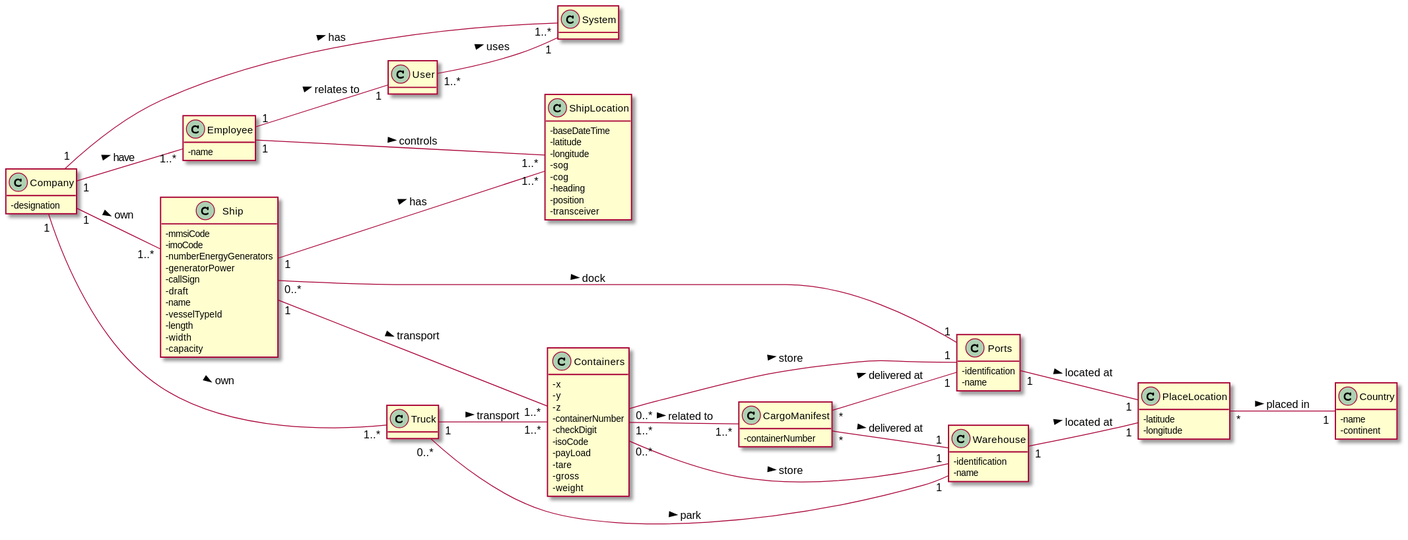
The PlantUML diagram docs/DM.svg in 0franciscor/lapr3-2021-g042, before a commit.
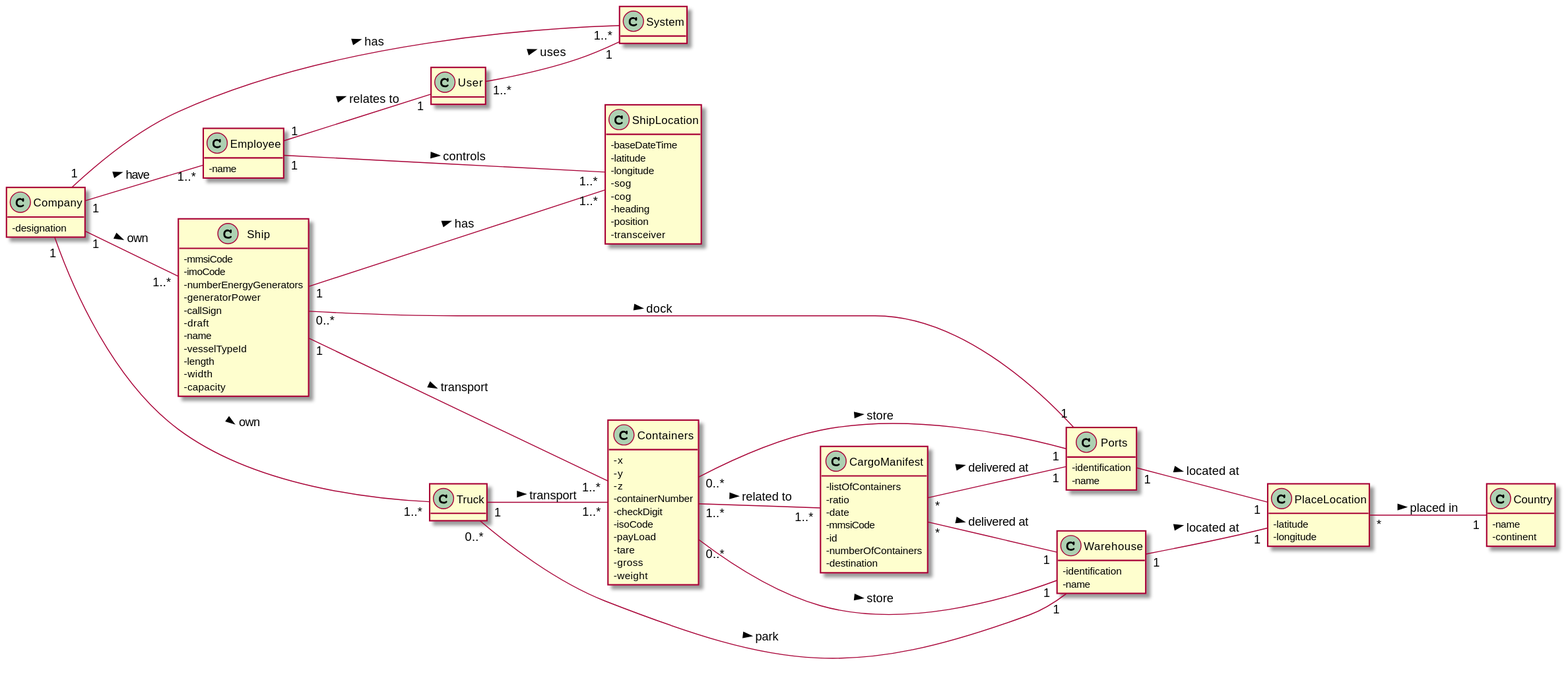
The same diagram one commit later.

Commit message:
G42- 124 #time 1h #comment Adding the SD driagram and the class diagram of US208

What changed in the source:
```diff
@@ -26,7 +26,13 @@
 }
 
 class CargoManifest {
--containerNumber
+-listOfContainers
+-ratio
+-date
+-mmsiCode
+-id
+-numberOfContainers
+-destination
 }
 
 class Ship {
```
